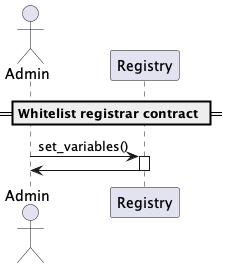
Before: docs/sequence-diagrams/puml/whitelist-registrar.png, a diagram exported from PlantUML (make-software/cspr-name-contracts). Its diagram source:
```plantuml
@startuml

actor Admin
participant "Registry"

== Whitelist registrar contract ==

Admin -> "Registry": set_variables()
activate "Registry"
"Registry" -> Admin
deactivate "Registry"

@enduml
```
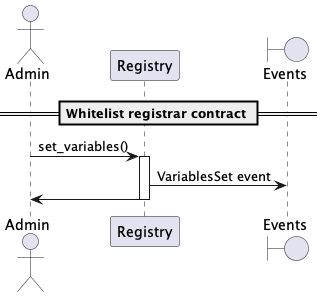
Later version of the same file.

The edit, as a diff of the source:
```diff
@@ -2,11 +2,13 @@
 
 actor Admin
 participant "Registry"
+boundary "Events"
 
 == Whitelist registrar contract ==
 
 Admin -> "Registry": set_variables()
 activate "Registry"
+Registry -> "Events": VariablesSet event
 "Registry" -> Admin
 deactivate "Registry"
 
```
